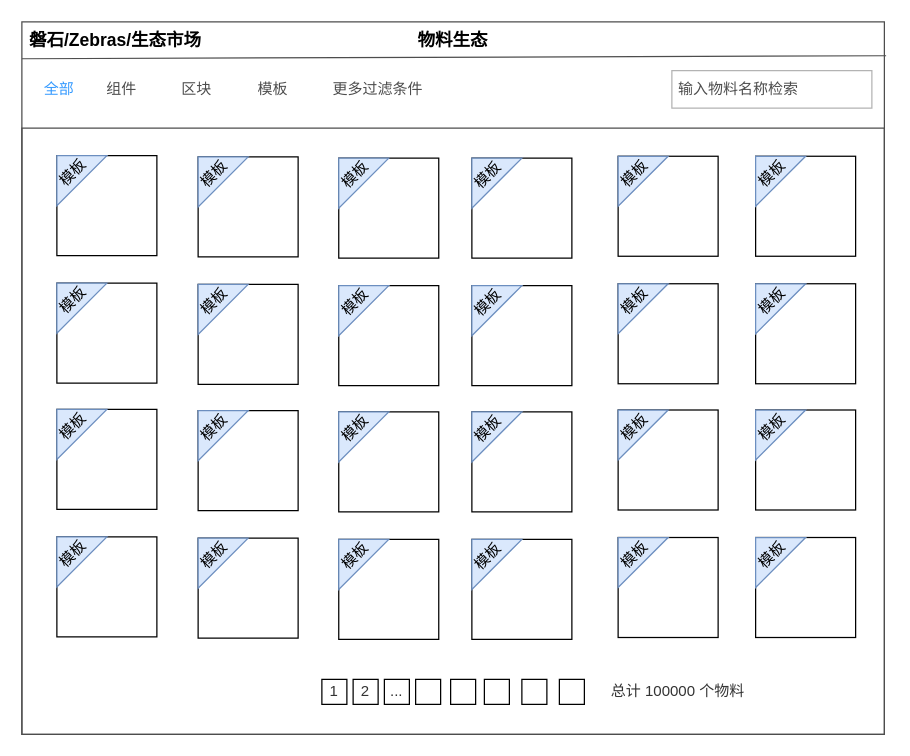
tangyaosimida/love keeps this draw.io diagram as 低代码—物料市场.drawio. Above is the earlier version. Source tidied: cells renumbered, new cells numbered last; positions are measured from the earlier drawing's top-left corner, leaving out a move shared by most shapes. Both pictures are drawn from the tidied source at 125%, with x=0, y=0 at pixel (21, 21).
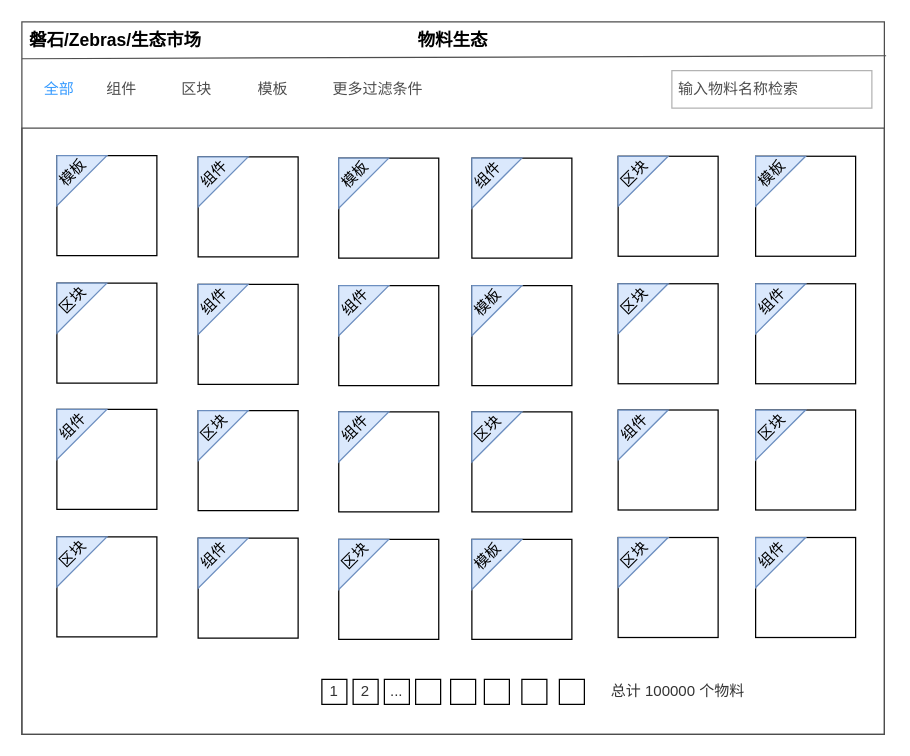
The same diagram, later.

Commit message (it also covers changes not shown here):
更新低代码—物料市场.drawio

What changed in the source:
```diff
@@
-    <mxCell id="27" value="模板" style="text;html=1;align=center;verticalAlign=middle;whiteSpace=wrap;rounded=0;rotation=-45;" parent="1" vertex="1">
+    <mxCell id="27" value="组件" style="text;html=1;align=center;verticalAlign=middle;whiteSpace=wrap;rounded=0;rotation=-45;" parent="1" vertex="1">
       <mxGeometry x="124" y="107" width="60" height="30" as="geometry" />
     </mxCell>
@@
-    <mxCell id="33" value="模板" style="text;html=1;align=center;verticalAlign=middle;whiteSpace=wrap;rounded=0;rotation=-45;" parent="1" vertex="1">
+    <mxCell id="33" value="组件" style="text;html=1;align=center;verticalAlign=middle;whiteSpace=wrap;rounded=0;rotation=-45;" parent="1" vertex="1">
       <mxGeometry x="343" y="108" width="60" height="30" as="geometry" />
     </mxCell>
@@
-    <mxCell id="36" value="模板" style="text;html=1;align=center;verticalAlign=middle;whiteSpace=wrap;rounded=0;rotation=-45;" parent="1" vertex="1">
+    <mxCell id="36" value="区块" style="text;html=1;align=center;verticalAlign=middle;whiteSpace=wrap;rounded=0;rotation=-45;" parent="1" vertex="1">
       <mxGeometry x="460" y="106.5" width="60" height="30" as="geometry" />
     </mxCell>
@@
-    <mxCell id="42" value="模板" style="text;html=1;align=center;verticalAlign=middle;whiteSpace=wrap;rounded=0;rotation=-45;" parent="1" vertex="1">
+    <mxCell id="42" value="区块" style="text;html=1;align=center;verticalAlign=middle;whiteSpace=wrap;rounded=0;rotation=-45;" parent="1" vertex="1">
       <mxGeometry x="11" y="208" width="60" height="30" as="geometry" />
     </mxCell>
@@
-    <mxCell id="45" value="模板" style="text;html=1;align=center;verticalAlign=middle;whiteSpace=wrap;rounded=0;rotation=-45;" parent="1" vertex="1">
+    <mxCell id="45" value="组件" style="text;html=1;align=center;verticalAlign=middle;whiteSpace=wrap;rounded=0;rotation=-45;" parent="1" vertex="1">
       <mxGeometry x="124" y="209" width="60" height="30" as="geometry" />
     </mxCell>
@@
-    <mxCell id="48" value="模板" style="text;html=1;align=center;verticalAlign=middle;whiteSpace=wrap;rounded=0;rotation=-45;" parent="1" vertex="1">
+    <mxCell id="48" value="组件" style="text;html=1;align=center;verticalAlign=middle;whiteSpace=wrap;rounded=0;rotation=-45;" parent="1" vertex="1">
       <mxGeometry x="236.5" y="210" width="60" height="30" as="geometry" />
     </mxCell>
@@
-    <mxCell id="54" value="模板" style="text;html=1;align=center;verticalAlign=middle;whiteSpace=wrap;rounded=0;rotation=-45;" parent="1" vertex="1">
+    <mxCell id="54" value="区块" style="text;html=1;align=center;verticalAlign=middle;whiteSpace=wrap;rounded=0;rotation=-45;" parent="1" vertex="1">
       <mxGeometry x="460" y="208.5" width="60" height="30" as="geometry" />
     </mxCell>
@@
-    <mxCell id="57" value="模板" style="text;html=1;align=center;verticalAlign=middle;whiteSpace=wrap;rounded=0;rotation=-45;" parent="1" vertex="1">
+    <mxCell id="57" value="组件" style="text;html=1;align=center;verticalAlign=middle;whiteSpace=wrap;rounded=0;rotation=-45;" parent="1" vertex="1">
       <mxGeometry x="570" y="208.5" width="60" height="30" as="geometry" />
     </mxCell>
@@
-    <mxCell id="60" value="模板" style="text;html=1;align=center;verticalAlign=middle;whiteSpace=wrap;rounded=0;rotation=-45;" parent="1" vertex="1">
+    <mxCell id="60" value="组件" style="text;html=1;align=center;verticalAlign=middle;whiteSpace=wrap;rounded=0;rotation=-45;" parent="1" vertex="1">
       <mxGeometry x="11" y="309" width="60" height="30" as="geometry" />
     </mxCell>
@@
-    <mxCell id="63" value="模板" style="text;html=1;align=center;verticalAlign=middle;whiteSpace=wrap;rounded=0;rotation=-45;" parent="1" vertex="1">
+    <mxCell id="63" value="区块" style="text;html=1;align=center;verticalAlign=middle;whiteSpace=wrap;rounded=0;rotation=-45;" parent="1" vertex="1">
       <mxGeometry x="124" y="310" width="60" height="30" as="geometry" />
     </mxCell>
@@
-    <mxCell id="66" value="模板" style="text;html=1;align=center;verticalAlign=middle;whiteSpace=wrap;rounded=0;rotation=-45;" parent="1" vertex="1">
+    <mxCell id="66" value="组件" style="text;html=1;align=center;verticalAlign=middle;whiteSpace=wrap;rounded=0;rotation=-45;" parent="1" vertex="1">
       <mxGeometry x="236.5" y="311" width="60" height="30" as="geometry" />
     </mxCell>
@@
-    <mxCell id="69" value="模板" style="text;html=1;align=center;verticalAlign=middle;whiteSpace=wrap;rounded=0;rotation=-45;" parent="1" vertex="1">
+    <mxCell id="69" value="区块" style="text;html=1;align=center;verticalAlign=middle;whiteSpace=wrap;rounded=0;rotation=-45;" parent="1" vertex="1">
       <mxGeometry x="343" y="311" width="60" height="30" as="geometry" />
     </mxCell>
@@
-    <mxCell id="72" value="模板" style="text;html=1;align=center;verticalAlign=middle;whiteSpace=wrap;rounded=0;rotation=-45;" parent="1" vertex="1">
+    <mxCell id="72" value="组件" style="text;html=1;align=center;verticalAlign=middle;whiteSpace=wrap;rounded=0;rotation=-45;" parent="1" vertex="1">
       <mxGeometry x="460" y="309.5" width="60" height="30" as="geometry" />
     </mxCell>
@@
-    <mxCell id="75" value="模板" style="text;html=1;align=center;verticalAlign=middle;whiteSpace=wrap;rounded=0;rotation=-45;" parent="1" vertex="1">
+    <mxCell id="75" value="区块" style="text;html=1;align=center;verticalAlign=middle;whiteSpace=wrap;rounded=0;rotation=-45;" parent="1" vertex="1">
       <mxGeometry x="570" y="309.5" width="60" height="30" as="geometry" />
     </mxCell>
@@
-    <mxCell id="78" value="模板" style="text;html=1;align=center;verticalAlign=middle;whiteSpace=wrap;rounded=0;rotation=-45;" parent="1" vertex="1">
+    <mxCell id="78" value="区块" style="text;html=1;align=center;verticalAlign=middle;whiteSpace=wrap;rounded=0;rotation=-45;" parent="1" vertex="1">
       <mxGeometry x="11" y="411" width="60" height="30" as="geometry" />
     </mxCell>
@@
-    <mxCell id="81" value="模板" style="text;html=1;align=center;verticalAlign=middle;whiteSpace=wrap;rounded=0;rotation=-45;" parent="1" vertex="1">
+    <mxCell id="81" value="组件" style="text;html=1;align=center;verticalAlign=middle;whiteSpace=wrap;rounded=0;rotation=-45;" parent="1" vertex="1">
       <mxGeometry x="124" y="412" width="60" height="30" as="geometry" />
     </mxCell>
@@
-    <mxCell id="84" value="模板" style="text;html=1;align=center;verticalAlign=middle;whiteSpace=wrap;rounded=0;rotation=-45;" parent="1" vertex="1">
+    <mxCell id="84" value="区块" style="text;html=1;align=center;verticalAlign=middle;whiteSpace=wrap;rounded=0;rotation=-45;" parent="1" vertex="1">
       <mxGeometry x="236.5" y="413" width="60" height="30" as="geometry" />
     </mxCell>
@@
-    <mxCell id="90" value="模板" style="text;html=1;align=center;verticalAlign=middle;whiteSpace=wrap;rounded=0;rotation=-45;" parent="1" vertex="1">
+    <mxCell id="90" value="区块" style="text;html=1;align=center;verticalAlign=middle;whiteSpace=wrap;rounded=0;rotation=-45;" parent="1" vertex="1">
       <mxGeometry x="460" y="411.5" width="60" height="30" as="geometry" />
     </mxCell>
@@
-    <mxCell id="93" value="模板" style="text;html=1;align=center;verticalAlign=middle;whiteSpace=wrap;rounded=0;rotation=-45;" parent="1" vertex="1">
+    <mxCell id="93" value="组件" style="text;html=1;align=center;verticalAlign=middle;whiteSpace=wrap;rounded=0;rotation=-45;" parent="1" vertex="1">
       <mxGeometry x="570" y="411.5" width="60" height="30" as="geometry" />
     </mxCell>
```
